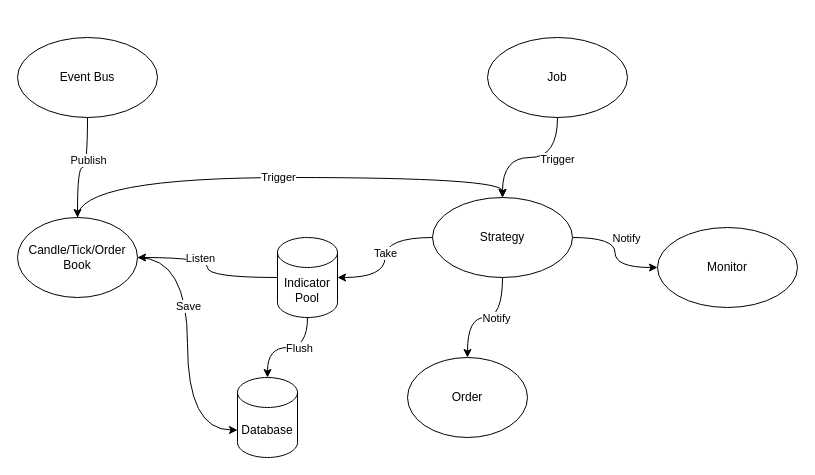
Before: portfolio-全景图.drawio in kenny0924/diagrams, a draw.io diagram. Source tidied: cells renumbered, new cells numbered last; positions are measured from the earlier drawing's top-left corner, leaving out a move shared by most shapes. Both pictures are drawn from the tidied source at 100%, with x=0, y=0 at pixel (17, 37).
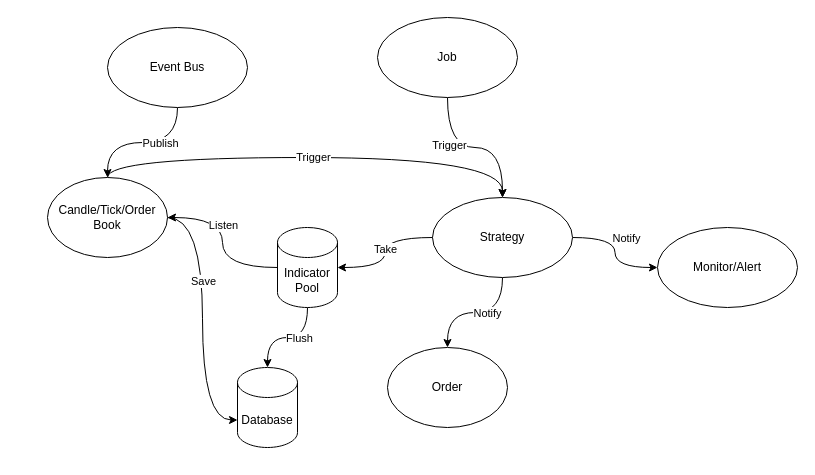
Above is the later version.

Change to the diagram source:
```diff
@@
     <mxCell id="6" value="Indicator Pool" style="shape=cylinder3;whiteSpace=wrap;html=1;boundedLbl=1;backgroundOutline=1;size=15;" parent="1" vertex="1">
-      <mxGeometry x="260" y="200" width="60" height="80" as="geometry" />
+      <mxGeometry x="260" y="190" width="60" height="80" as="geometry" />
     </mxCell>
@@
     <mxCell id="11" value="Candle/Tick/Order Book" style="ellipse;whiteSpace=wrap;html=1;" parent="1" vertex="1">
-      <mxGeometry y="180" width="120" height="80" as="geometry" />
+      <mxGeometry x="30" y="140" width="120" height="80" as="geometry" />
     </mxCell>
     <mxCell id="12" value="Database" style="shape=cylinder3;whiteSpace=wrap;html=1;boundedLbl=1;backgroundOutline=1;size=15;" parent="1" vertex="1">
-      <mxGeometry x="220" y="340" width="60" height="80" as="geometry" />
+      <mxGeometry x="220" y="330" width="60" height="80" as="geometry" />
     </mxCell>
@@
     <mxCell id="20" value="Order" style="ellipse;whiteSpace=wrap;html=1;" parent="1" vertex="1">
-      <mxGeometry x="390" y="320" width="120" height="80" as="geometry" />
+      <mxGeometry x="370" y="310" width="120" height="80" as="geometry" />
     </mxCell>
-    <mxCell id="21" value="Monitor" style="ellipse;whiteSpace=wrap;html=1;" parent="1" vertex="1">
+    <mxCell id="21" value="Monitor/Alert" style="ellipse;whiteSpace=wrap;html=1;" parent="1" vertex="1">
       <mxGeometry x="640" y="190" width="140" height="80" as="geometry" />
     </mxCell>
@@
     <mxCell id="24" value="Job" style="ellipse;whiteSpace=wrap;html=1;" parent="1" vertex="1">
-      <mxGeometry x="470" width="140" height="80" as="geometry" />
+      <mxGeometry x="360" y="-20" width="140" height="80" as="geometry" />
     </mxCell>
@@
     <mxCell id="27" value="Event Bus" style="ellipse;whiteSpace=wrap;html=1;" parent="1" vertex="1">
-      <mxGeometry width="140" height="80" as="geometry" />
+      <mxGeometry x="90" y="-10" width="140" height="80" as="geometry" />
     </mxCell>
```
